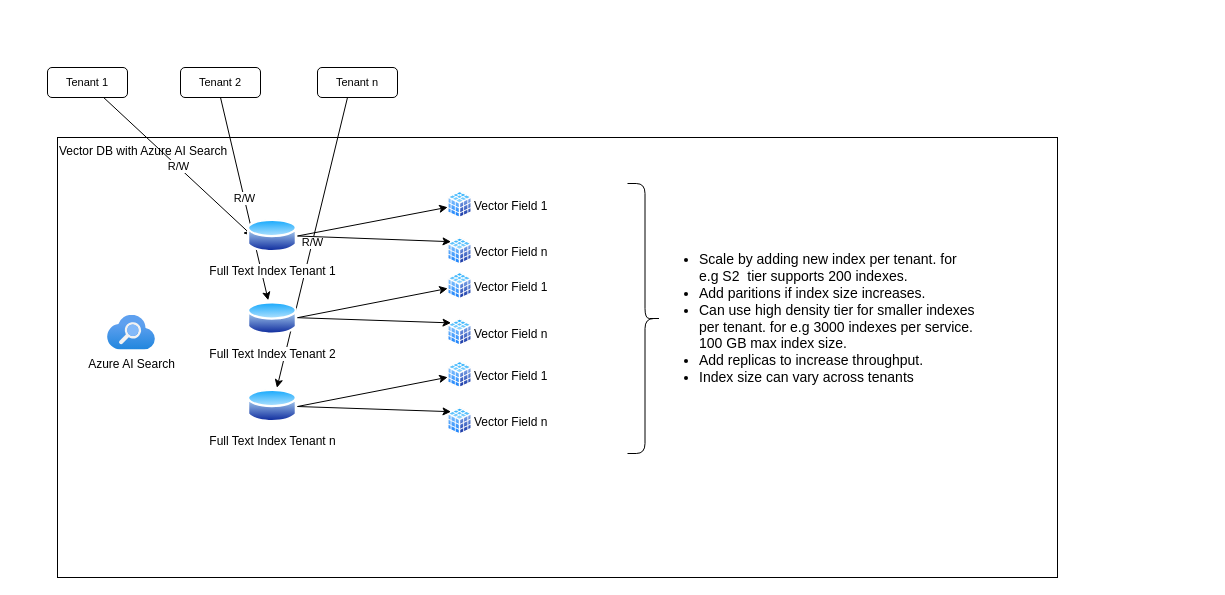
This is page "Vector Store Design" (4 of 5) of CC.drawio from anildwarepo/draw.io-artifacts, a draw.io file, before an edit. Source tidied: cells renumbered, new cells numbered last; positions are measured from the earlier drawing's top-left corner, leaving out a move shared by most shapes. Both pictures are drawn from the tidied source at 100%, with x=0, y=0 at pixel (47, 67).
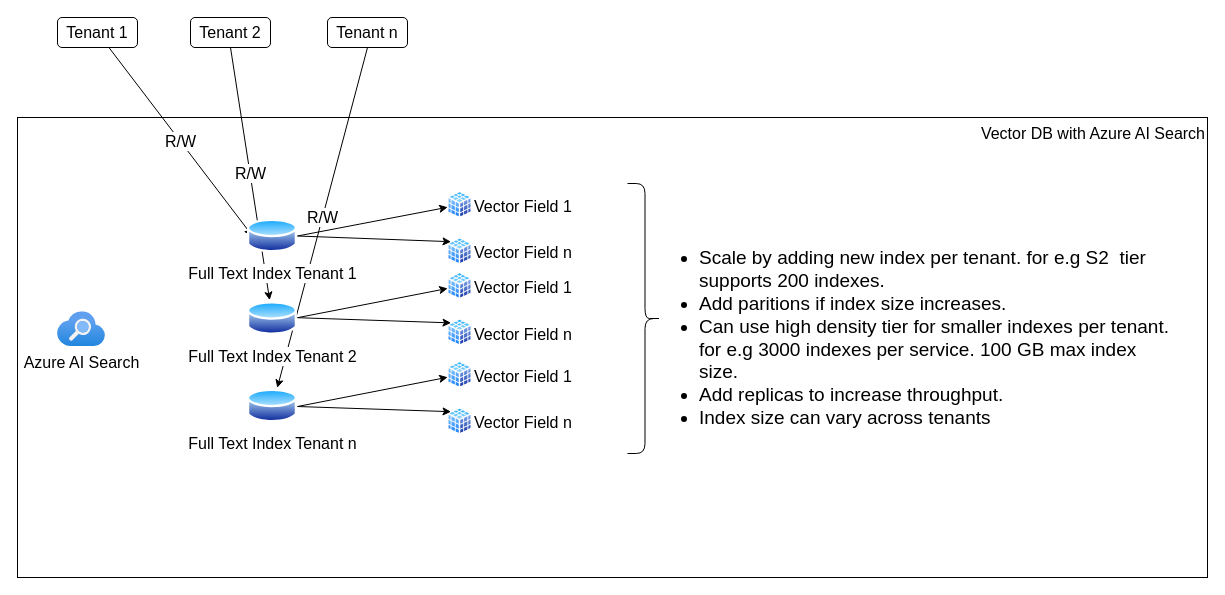
Above is the later version.

Diff of the diagram source:
```diff
@@
-    <mxCell id="2" value="Vector DB with Azure AI Search" style="rounded=0;whiteSpace=wrap;html=1;align=left;verticalAlign=top;" parent="1" vertex="1">
-      <mxGeometry x="10" y="70" width="1000" height="440" as="geometry" />
+    <mxCell id="2" value="Vector DB with Azure AI Search" style="rounded=0;whiteSpace=wrap;html=1;align=right;verticalAlign=top;fontSize=16;" parent="1" vertex="1">
+      <mxGeometry x="-30" y="50" width="1190" height="460" as="geometry" />
     </mxCell>
-    <mxCell id="3" value="&lt;div&gt;&lt;div&gt;&lt;br&gt;&lt;/div&gt;&lt;/div&gt;" style="shape=curlyBracket;whiteSpace=wrap;html=1;rounded=1;flipH=1;labelPosition=right;verticalLabelPosition=middle;align=center;verticalAlign=middle;rotation=0;textDirection=vertical-rl;horizontal=0;flipV=1;fontSize=15;" parent="1" vertex="1">
+    <mxCell id="3" value="&lt;div style=&quot;font-size: 16px;&quot;&gt;&lt;div style=&quot;font-size: 16px;&quot;&gt;&lt;br style=&quot;font-size: 16px;&quot;&gt;&lt;/div&gt;&lt;/div&gt;" style="shape=curlyBracket;whiteSpace=wrap;html=1;rounded=1;flipH=1;labelPosition=right;verticalLabelPosition=middle;align=center;verticalAlign=middle;rotation=0;textDirection=vertical-rl;horizontal=0;flipV=1;fontSize=16;" parent="1" vertex="1">
       <mxGeometry x="580" y="116" width="35" height="270" as="geometry" />
     </mxCell>
-    <mxCell id="4" value="R/W" style="shape=connector;rounded=0;jettySize=auto;html=1;entryX=0;entryY=0.5;entryDx=0;entryDy=0;strokeColor=default;align=center;verticalAlign=middle;fontFamily=Helvetica;fontSize=11;fontColor=default;labelBackgroundColor=default;endArrow=classic;" parent="1" edge="1" source="5">
+    <mxCell id="4" value="R/W" style="shape=connector;rounded=0;jettySize=auto;html=1;entryX=0;entryY=0.5;entryDx=0;entryDy=0;strokeColor=default;align=center;verticalAlign=middle;fontFamily=Helvetica;fontSize=16;fontColor=default;labelBackgroundColor=default;endArrow=classic;" parent="1" edge="1" source="5">
       <mxGeometry relative="1" as="geometry">
         <mxPoint x="205" y="168.5" as="targetPoint" />
       </mxGeometry>
     </mxCell>
-    <mxCell id="5" value="Tenant 1" style="rounded=1;whiteSpace=wrap;html=1;fontFamily=Helvetica;fontSize=11;fontColor=default;labelBackgroundColor=default;" parent="1" vertex="1">
-      <mxGeometry width="80" height="30" as="geometry" />
+    <mxCell id="5" value="Tenant 1" style="rounded=1;whiteSpace=wrap;html=1;fontFamily=Helvetica;fontSize=16;fontColor=default;labelBackgroundColor=default;" parent="1" vertex="1">
+      <mxGeometry x="10" y="-50" width="80" height="30" as="geometry" />
     </mxCell>
-    <mxCell id="6" value="Tenant 2" style="rounded=1;whiteSpace=wrap;html=1;fontFamily=Helvetica;fontSize=11;fontColor=default;labelBackgroundColor=default;" parent="1" vertex="1">
-      <mxGeometry x="133" width="80" height="30" as="geometry" />
+    <mxCell id="6" value="Tenant 2" style="rounded=1;whiteSpace=wrap;html=1;fontFamily=Helvetica;fontSize=16;fontColor=default;labelBackgroundColor=default;" parent="1" vertex="1">
+      <mxGeometry x="143" y="-50" width="80" height="30" as="geometry" />
     </mxCell>
-    <mxCell id="7" value="Tenant n" style="rounded=1;whiteSpace=wrap;html=1;fontFamily=Helvetica;fontSize=11;fontColor=default;labelBackgroundColor=default;" parent="1" vertex="1">
-      <mxGeometry x="270" width="80" height="30" as="geometry" />
+    <mxCell id="7" value="Tenant n" style="rounded=1;whiteSpace=wrap;html=1;fontFamily=Helvetica;fontSize=16;fontColor=default;labelBackgroundColor=default;" parent="1" vertex="1">
+      <mxGeometry x="280" y="-50" width="80" height="30" as="geometry" />
     </mxCell>
-    <mxCell id="8" value="R/W" style="shape=connector;rounded=0;jettySize=auto;html=1;strokeColor=default;align=center;verticalAlign=middle;fontFamily=Helvetica;fontSize=11;fontColor=default;labelBackgroundColor=default;endArrow=classic;exitX=0.5;exitY=1;exitDx=0;exitDy=0;" parent="1" edge="1" source="6" target="13">
+    <mxCell id="8" value="R/W" style="shape=connector;rounded=0;jettySize=auto;html=1;strokeColor=default;align=center;verticalAlign=middle;fontFamily=Helvetica;fontSize=16;fontColor=default;labelBackgroundColor=default;endArrow=classic;exitX=0.5;exitY=1;exitDx=0;exitDy=0;" parent="1" edge="1" source="6" target="13">
       <mxGeometry relative="1" as="geometry" />
     </mxCell>
-    <mxCell id="9" value="R/W" style="shape=connector;rounded=0;jettySize=auto;html=1;strokeColor=default;align=center;verticalAlign=middle;fontFamily=Helvetica;fontSize=11;fontColor=default;labelBackgroundColor=default;endArrow=classic;exitX=0.5;exitY=1;exitDx=0;exitDy=0;" parent="1" edge="1" target="14">
-      <mxGeometry relative="1" as="geometry">
-        <mxPoint x="300" y="30" as="sourcePoint" />
-      </mxGeometry>
+    <mxCell id="9" value="R/W" style="shape=connector;rounded=0;jettySize=auto;html=1;strokeColor=default;align=center;verticalAlign=middle;fontFamily=Helvetica;fontSize=16;fontColor=default;labelBackgroundColor=default;endArrow=classic;exitX=0.5;exitY=1;exitDx=0;exitDy=0;" parent="1" edge="1" source="7" target="14">
+      <mxGeometry relative="1" as="geometry" />
     </mxCell>
-    <mxCell id="10" value="&lt;ul style=&quot;font-size: 14px;&quot;&gt;&lt;li style=&quot;font-size: 14px;&quot;&gt;Scale by adding new index per tenant. for e.g S2&amp;nbsp; tier supports 200 indexes.&amp;nbsp;&lt;/li&gt;&lt;li style=&quot;font-size: 14px;&quot;&gt;Add paritions if index size increases.&lt;/li&gt;&lt;li style=&quot;font-size: 14px;&quot;&gt;Can use high density tier for smaller indexes per tenant. for e.g 3000 indexes per service. 100 GB max index size.&amp;nbsp;&lt;/li&gt;&lt;li style=&quot;font-size: 14px;&quot;&gt;Add replicas to increase throughput.&lt;/li&gt;&lt;li style=&quot;font-size: 14px;&quot;&gt;Index size can vary across tenants&lt;/li&gt;&lt;/ul&gt;" style="text;html=1;align=left;verticalAlign=middle;whiteSpace=wrap;rounded=0;fontFamily=Helvetica;fontSize=14;fontColor=default;labelBackgroundColor=default;" parent="1" vertex="1">
-      <mxGeometry x="610" y="162" width="320" height="178" as="geometry" />
+    <mxCell id="10" value="&lt;ul style=&quot;font-size: 19px;&quot;&gt;&lt;li style=&quot;font-size: 19px;&quot;&gt;Scale by adding new index per tenant. for e.g S2&amp;nbsp; tier supports 200 indexes.&amp;nbsp;&lt;/li&gt;&lt;li style=&quot;font-size: 19px;&quot;&gt;Add paritions if index size increases.&lt;/li&gt;&lt;li style=&quot;font-size: 19px;&quot;&gt;Can use high density tier for smaller indexes per tenant. for e.g 3000 indexes per service. 100 GB max index size.&amp;nbsp;&lt;/li&gt;&lt;li style=&quot;font-size: 19px;&quot;&gt;Add replicas to increase throughput.&lt;/li&gt;&lt;li style=&quot;font-size: 19px;&quot;&gt;Index size can vary across tenants&lt;/li&gt;&lt;/ul&gt;" style="text;html=1;align=left;verticalAlign=middle;whiteSpace=wrap;rounded=0;fontFamily=Helvetica;fontSize=19;fontColor=default;labelBackgroundColor=default;" parent="1" vertex="1">
+      <mxGeometry x="610" y="162" width="520" height="218" as="geometry" />
     </mxCell>
-    <mxCell id="11" value="Azure AI Search" style="image;html=1;align=center;fontSize=12;image=img/lib/azure2/app_services/Search_Services.svg;" parent="1" vertex="1">
-      <mxGeometry x="60" y="247.8" width="48" height="34.7" as="geometry" />
+    <mxCell id="11" value="Azure AI Search" style="image;html=1;align=center;fontSize=16;image=img/lib/azure2/app_services/Search_Services.svg;" parent="1" vertex="1">
+      <mxGeometry x="10" y="244.3" width="48" height="34.7" as="geometry" />
     </mxCell>
-    <mxCell id="12" value="Full Text Index Tenant 1" style="image;perimeter=ellipsePerimeter;html=1;align=center;shadow=0;dashed=0;spacingTop=3;image=img/lib/active_directory/database.svg;labelPosition=center;verticalLabelPosition=bottom;verticalAlign=top;" parent="1" vertex="1">
+    <mxCell id="12" value="Full Text Index Tenant 1" style="image;perimeter=ellipsePerimeter;html=1;align=center;shadow=0;dashed=0;spacingTop=3;image=img/lib/active_directory/database.svg;labelPosition=center;verticalLabelPosition=bottom;verticalAlign=top;fontSize=16;" parent="1" vertex="1">
       <mxGeometry x="200" y="150" width="50" height="37" as="geometry" />
     </mxCell>
-    <mxCell id="13" value="Full Text Index Tenant 2" style="image;perimeter=ellipsePerimeter;html=1;align=center;shadow=0;dashed=0;spacingTop=3;image=img/lib/active_directory/database.svg;labelPosition=center;verticalLabelPosition=bottom;verticalAlign=top;" parent="1" vertex="1">
+    <mxCell id="13" value="Full Text Index Tenant 2" style="image;perimeter=ellipsePerimeter;html=1;align=center;shadow=0;dashed=0;spacingTop=3;image=img/lib/active_directory/database.svg;labelPosition=center;verticalLabelPosition=bottom;verticalAlign=top;fontSize=16;" parent="1" vertex="1">
       <mxGeometry x="200" y="232.5" width="50" height="37" as="geometry" />
     </mxCell>
-    <mxCell id="14" value="Full Text Index Tenant n" style="image;perimeter=ellipsePerimeter;html=1;align=center;shadow=0;dashed=0;spacingTop=3;image=img/lib/active_directory/database.svg;labelPosition=center;verticalLabelPosition=bottom;verticalAlign=top;" parent="1" vertex="1">
+    <mxCell id="14" value="Full Text Index Tenant n" style="image;perimeter=ellipsePerimeter;html=1;align=center;shadow=0;dashed=0;spacingTop=3;image=img/lib/active_directory/database.svg;labelPosition=center;verticalLabelPosition=bottom;verticalAlign=top;fontSize=16;" parent="1" vertex="1">
       <mxGeometry x="200" y="320" width="50" height="37" as="geometry" />
     </mxCell>
-    <mxCell id="15" value="Vector Field 1" style="image;perimeter=ellipsePerimeter;html=1;align=left;shadow=0;dashed=0;spacingTop=3;image=img/lib/active_directory/database_cube.svg;labelPosition=right;verticalLabelPosition=middle;verticalAlign=middle;" parent="1" vertex="1">
+    <mxCell id="15" value="Vector Field 1" style="image;perimeter=ellipsePerimeter;html=1;align=left;shadow=0;dashed=0;spacingTop=3;image=img/lib/active_directory/database_cube.svg;labelPosition=right;verticalLabelPosition=middle;verticalAlign=middle;fontSize=16;" parent="1" vertex="1">
       <mxGeometry x="400" y="123.5" width="25" height="27.8" as="geometry" />
     </mxCell>
-    <mxCell id="16" value="Vector Field n" style="image;perimeter=ellipsePerimeter;html=1;align=left;shadow=0;dashed=0;spacingTop=3;image=img/lib/active_directory/database_cube.svg;labelPosition=right;verticalLabelPosition=middle;verticalAlign=middle;" parent="1" vertex="1">
+    <mxCell id="16" value="Vector Field n" style="image;perimeter=ellipsePerimeter;html=1;align=left;shadow=0;dashed=0;spacingTop=3;image=img/lib/active_directory/database_cube.svg;labelPosition=right;verticalLabelPosition=middle;verticalAlign=middle;fontSize=16;" parent="1" vertex="1">
       <mxGeometry x="400" y="170" width="25" height="27.8" as="geometry" />
     </mxCell>
-    <mxCell id="17" style="endArrow=classic;html=1;rounded=0;strokeColor=default;align=center;verticalAlign=middle;fontFamily=Helvetica;fontSize=11;fontColor=default;labelBackgroundColor=default;exitX=1;exitY=0.5;exitDx=0;exitDy=0;" parent="1" edge="1" source="12" target="15">
+    <mxCell id="17" style="endArrow=classic;html=1;rounded=0;strokeColor=default;align=center;verticalAlign=middle;fontFamily=Helvetica;fontSize=16;fontColor=default;labelBackgroundColor=default;exitX=1;exitY=0.5;exitDx=0;exitDy=0;" parent="1" edge="1" source="12" target="15">
       <mxGeometry relative="1" as="geometry" />
     </mxCell>
-    <mxCell id="18" style="endArrow=classic;html=1;rounded=0;strokeColor=default;align=center;verticalAlign=middle;fontFamily=Helvetica;fontSize=11;fontColor=default;labelBackgroundColor=default;exitX=1;exitY=0.5;exitDx=0;exitDy=0;entryX=0;entryY=0;entryDx=0;entryDy=0;" parent="1" edge="1" source="12" target="16">
+    <mxCell id="18" style="endArrow=classic;html=1;rounded=0;strokeColor=default;align=center;verticalAlign=middle;fontFamily=Helvetica;fontSize=16;fontColor=default;labelBackgroundColor=default;exitX=1;exitY=0.5;exitDx=0;exitDy=0;entryX=0;entryY=0;entryDx=0;entryDy=0;" parent="1" edge="1" source="12" target="16">
       <mxGeometry relative="1" as="geometry" />
     </mxCell>
-    <mxCell id="19" value="Vector Field 1" style="image;perimeter=ellipsePerimeter;html=1;align=left;shadow=0;dashed=0;spacingTop=3;image=img/lib/active_directory/database_cube.svg;labelPosition=right;verticalLabelPosition=middle;verticalAlign=middle;" parent="1" vertex="1">
+    <mxCell id="19" value="Vector Field 1" style="image;perimeter=ellipsePerimeter;html=1;align=left;shadow=0;dashed=0;spacingTop=3;image=img/lib/active_directory/database_cube.svg;labelPosition=right;verticalLabelPosition=middle;verticalAlign=middle;fontSize=16;" parent="1" vertex="1">
       <mxGeometry x="400" y="204.7" width="25" height="27.8" as="geometry" />
     </mxCell>
-    <mxCell id="20" value="Vector Field n" style="image;perimeter=ellipsePerimeter;html=1;align=left;shadow=0;dashed=0;spacingTop=3;image=img/lib/active_directory/database_cube.svg;labelPosition=right;verticalLabelPosition=middle;verticalAlign=middle;" parent="1" vertex="1">
+    <mxCell id="20" value="Vector Field n" style="image;perimeter=ellipsePerimeter;html=1;align=left;shadow=0;dashed=0;spacingTop=3;image=img/lib/active_directory/database_cube.svg;labelPosition=right;verticalLabelPosition=middle;verticalAlign=middle;fontSize=16;" parent="1" vertex="1">
       <mxGeometry x="400" y="251.2" width="25" height="27.8" as="geometry" />
     </mxCell>
-    <mxCell id="21" style="endArrow=classic;html=1;rounded=0;strokeColor=default;align=center;verticalAlign=middle;fontFamily=Helvetica;fontSize=11;fontColor=default;labelBackgroundColor=default;exitX=1;exitY=0.5;exitDx=0;exitDy=0;" parent="1" edge="1" target="19">
+    <mxCell id="21" style="endArrow=classic;html=1;rounded=0;strokeColor=default;align=center;verticalAlign=middle;fontFamily=Helvetica;fontSize=16;fontColor=default;labelBackgroundColor=default;exitX=1;exitY=0.5;exitDx=0;exitDy=0;" parent="1" edge="1" target="19">
       <mxGeometry relative="1" as="geometry">
         <mxPoint x="250" y="250.2" as="sourcePoint" />
       </mxGeometry>
     </mxCell>
-    <mxCell id="22" style="endArrow=classic;html=1;rounded=0;strokeColor=default;align=center;verticalAlign=middle;fontFamily=Helvetica;fontSize=11;fontColor=default;labelBackgroundColor=default;exitX=1;exitY=0.5;exitDx=0;exitDy=0;entryX=0;entryY=0;entryDx=0;entryDy=0;" parent="1" edge="1" target="20">
+    <mxCell id="22" style="endArrow=classic;html=1;rounded=0;strokeColor=default;align=center;verticalAlign=middle;fontFamily=Helvetica;fontSize=16;fontColor=default;labelBackgroundColor=default;exitX=1;exitY=0.5;exitDx=0;exitDy=0;entryX=0;entryY=0;entryDx=0;entryDy=0;" parent="1" edge="1" target="20">
       <mxGeometry relative="1" as="geometry">
         <mxPoint x="250" y="250.2" as="sourcePoint" />
       </mxGeometry>
     </mxCell>
-    <mxCell id="23" value="Vector Field 1" style="image;perimeter=ellipsePerimeter;html=1;align=left;shadow=0;dashed=0;spacingTop=3;image=img/lib/active_directory/database_cube.svg;labelPosition=right;verticalLabelPosition=middle;verticalAlign=middle;" parent="1" vertex="1">
+    <mxCell id="23" value="Vector Field 1" style="image;perimeter=ellipsePerimeter;html=1;align=left;shadow=0;dashed=0;spacingTop=3;image=img/lib/active_directory/database_cube.svg;labelPosition=right;verticalLabelPosition=middle;verticalAlign=middle;fontSize=16;" parent="1" vertex="1">
       <mxGeometry x="400" y="293.5" width="25" height="27.8" as="geometry" />
     </mxCell>
-    <mxCell id="24" value="Vector Field n" style="image;perimeter=ellipsePerimeter;html=1;align=left;shadow=0;dashed=0;spacingTop=3;image=img/lib/active_directory/database_cube.svg;labelPosition=right;verticalLabelPosition=middle;verticalAlign=middle;" parent="1" vertex="1">
+    <mxCell id="24" value="Vector Field n" style="image;perimeter=ellipsePerimeter;html=1;align=left;shadow=0;dashed=0;spacingTop=3;image=img/lib/active_directory/database_cube.svg;labelPosition=right;verticalLabelPosition=middle;verticalAlign=middle;fontSize=16;" parent="1" vertex="1">
       <mxGeometry x="400" y="340" width="25" height="27.8" as="geometry" />
     </mxCell>
-    <mxCell id="25" style="endArrow=classic;html=1;rounded=0;strokeColor=default;align=center;verticalAlign=middle;fontFamily=Helvetica;fontSize=11;fontColor=default;labelBackgroundColor=default;exitX=1;exitY=0.5;exitDx=0;exitDy=0;" parent="1" edge="1" target="23">
+    <mxCell id="25" style="endArrow=classic;html=1;rounded=0;strokeColor=default;align=center;verticalAlign=middle;fontFamily=Helvetica;fontSize=16;fontColor=default;labelBackgroundColor=default;exitX=1;exitY=0.5;exitDx=0;exitDy=0;" parent="1" edge="1" target="23">
       <mxGeometry relative="1" as="geometry">
         <mxPoint x="250" y="339" as="sourcePoint" />
       </mxGeometry>
     </mxCell>
-    <mxCell id="26" style="endArrow=classic;html=1;rounded=0;strokeColor=default;align=center;verticalAlign=middle;fontFamily=Helvetica;fontSize=11;fontColor=default;labelBackgroundColor=default;exitX=1;exitY=0.5;exitDx=0;exitDy=0;entryX=0;entryY=0;entryDx=0;entryDy=0;" parent="1" edge="1" target="24">
+    <mxCell id="26" style="endArrow=classic;html=1;rounded=0;strokeColor=default;align=center;verticalAlign=middle;fontFamily=Helvetica;fontSize=16;fontColor=default;labelBackgroundColor=default;exitX=1;exitY=0.5;exitDx=0;exitDy=0;entryX=0;entryY=0;entryDx=0;entryDy=0;" parent="1" edge="1" target="24">
       <mxGeometry relative="1" as="geometry">
         <mxPoint x="250" y="339" as="sourcePoint" />
       </mxGeometry>
     </mxCell>
```
